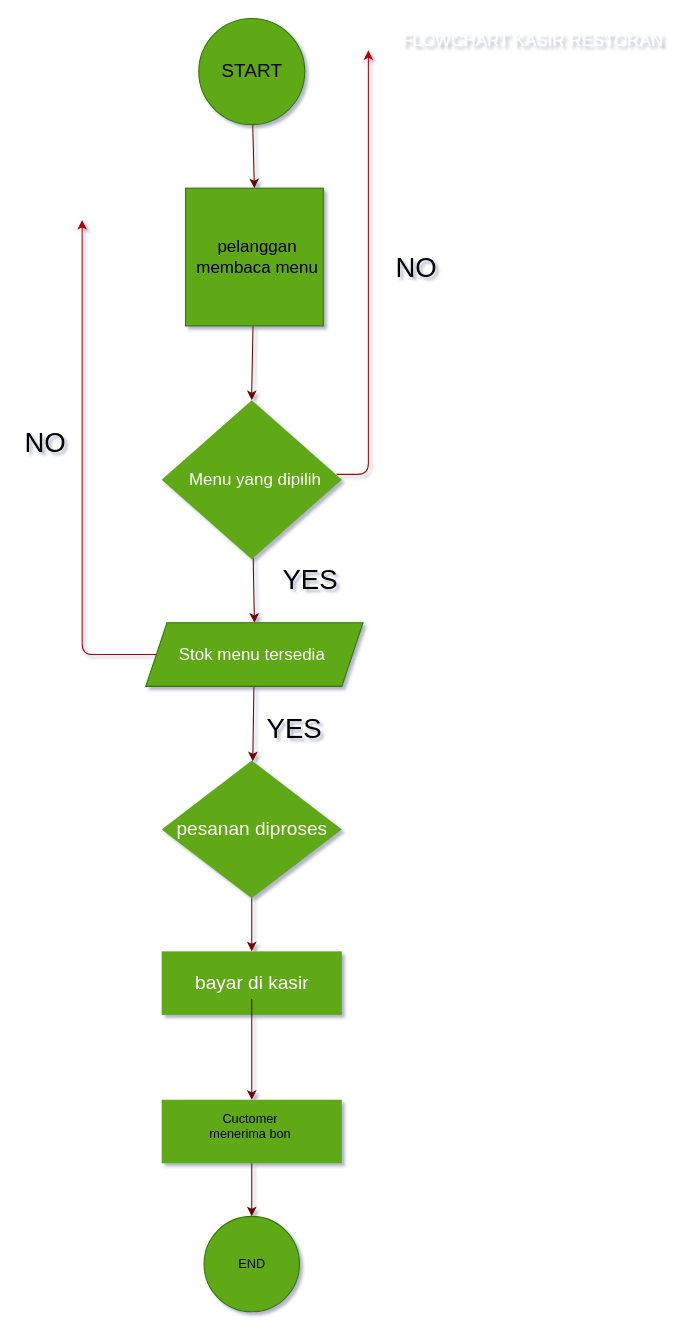
nurarifin12/nur_arifin-sistem_kasir keeps this draw.io diagram as sistem-kasir.drawio. Above is the earlier version. Source tidied: cells renumbered, new cells numbered last; positions are measured from the earlier drawing's top-left corner, leaving out a move shared by most shapes. Both pictures are drawn from the tidied source at 106%, with x=0, y=0 at pixel (18, 18).
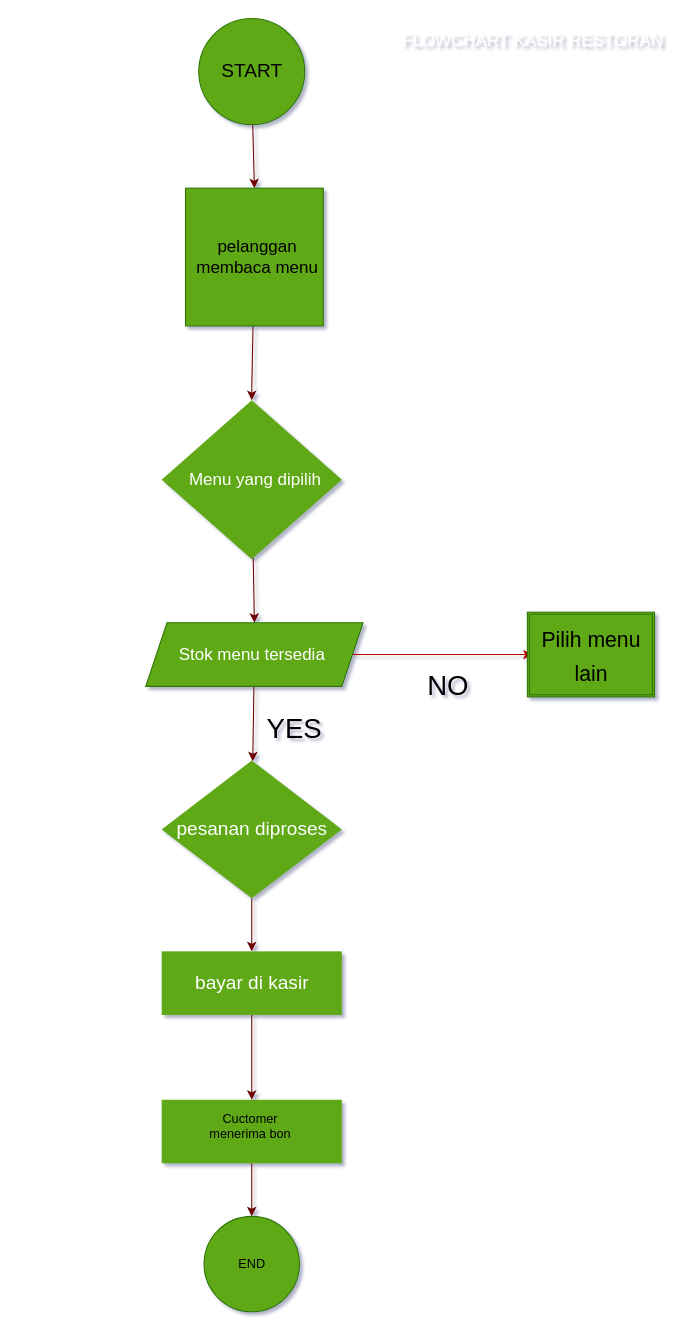
Above is the later version.

Unchanged cells that the change refers to:
```xml
<mxCell id="9" style="shape=parallelogram;perimeter=parallelogramPerimeter;whiteSpace=wrap;html=1;fixedSize=1;fillColor=#60a917;fontColor=#ffffff;strokeColor=#2D7600;" parent="1" vertex="1">
  <mxGeometry x="120" y="570" width="205" height="60" as="geometry" />
</mxCell>
<mxCell id="15" style="rounded=0;whiteSpace=wrap;html=1;fontSize=16;fontColor=#ffffff;strokeWidth=6;strokeColor=none;fillColor=#60a917;" parent="1" vertex="1">
  <mxGeometry x="135" y="880" width="170" height="60" as="geometry" />
</mxCell>
<mxCell id="16" value="&lt;font color=&quot;#ffffff&quot;&gt;Menu yang dipilih&lt;br&gt;&lt;/font&gt;" style="text;html=1;align=center;verticalAlign=middle;points=[];fillColor=none;strokeColor=none;rounded=0;fontSize=16;fontColor=#CC0000;" parent="1" vertex="1">
  <mxGeometry x="152.5" y="425" width="140" height="20" as="geometry" />
</mxCell>
<mxCell id="20" value="bayar di kasir" style="text;html=1;align=center;verticalAlign=middle;points=[];fillColor=none;strokeColor=none;rounded=0;fontSize=18;fontColor=#FFFFFF;" parent="1" vertex="1">
  <mxGeometry x="160" y="895" width="120" height="30" as="geometry" />
</mxCell>
<mxCell id="22" style="rounded=0;whiteSpace=wrap;html=1;fontSize=16;fontColor=#ffffff;strokeWidth=6;strokeColor=none;fillColor=#60a917;" parent="1" vertex="1">
  <mxGeometry x="135" y="1020" width="170" height="60" as="geometry" />
</mxCell>
```

The edit, as a diff of the source:
```diff
@@
+    <mxCell id="32" style="edgeStyle=none;html=1;fontSize=20;fillColor=#e51400;strokeColor=#B20000;" parent="1" edge="1" source="9" target="34">
+      <mxGeometry relative="1" as="geometry" />
+    </mxCell>
@@
-    <mxCell id="19" style="edgeStyle=none;html=1;entryX=0.5;entryY=0;entryDx=0;entryDy=0;fillColor=#a20025;strokeColor=#6F0000;" parent="1" edge="1" source="20" target="22">
+    <mxCell id="19" style="edgeStyle=none;html=1;entryX=0.5;entryY=0;entryDx=0;entryDy=0;fillColor=#a20025;strokeColor=#6F0000;" parent="1" edge="1" source="15" target="22">
       <mxGeometry relative="1" as="geometry" />
     </mxCell>
@@
-    <mxCell id="26" style="edgeStyle=segmentEdgeStyle;endArrow=classic;html=1;exitX=1.054;exitY=0.25;exitDx=0;exitDy=0;exitPerimeter=0;fillColor=#e51400;strokeColor=#B20000;" parent="1" edge="1" source="16">
-      <mxGeometry relative="1" as="geometry">
-        <mxPoint x="330" y="30" as="targetPoint" />
-      </mxGeometry>
-    </mxCell>
-    <mxCell id="27" value="&lt;span style=&quot;font-size: 26px&quot;&gt;NO&lt;/span&gt;" style="text;html=1;align=center;verticalAlign=middle;fillColor=none;strokeColor=none;rounded=0;" parent="1" vertex="1">
-      <mxGeometry x="350" y="225" width="50" height="20" as="geometry" />
-    </mxCell>
-    <mxCell id="28" value="YES" style="text;html=1;align=center;verticalAlign=middle;fillColor=none;strokeColor=none;rounded=0;fontSize=26;" parent="1" vertex="1">
-      <mxGeometry x="240" y="510" width="70" height="40" as="geometry" />
-    </mxCell>
-    <mxCell id="29" style="edgeStyle=segmentEdgeStyle;endArrow=classic;html=1;fontSize=26;fillColor=#e51400;strokeColor=#B20000;" parent="1" edge="1" source="9">
-      <mxGeometry relative="1" as="geometry">
-        <mxPoint x="60" y="190" as="targetPoint" />
-      </mxGeometry>
-    </mxCell>
     <mxCell id="30" value="NO" style="text;html=1;align=center;verticalAlign=middle;fillColor=none;strokeColor=none;rounded=0;fontSize=26;" parent="1" vertex="1">
-      <mxGeometry y="380" width="50" height="40" as="geometry" />
+      <mxGeometry x="380" y="610" width="50" height="40" as="geometry" />
     </mxCell>
@@
+    <mxCell id="33" style="shape=ext;double=1;rounded=0;whiteSpace=wrap;html=1;fontSize=26;fillColor=#60a917;fontColor=#ffffff;strokeColor=#2D7600;" parent="1" vertex="1">
+      <mxGeometry x="480" y="560" width="120" height="80" as="geometry" />
+    </mxCell>
+    <mxCell id="34" value="&lt;font style=&quot;font-size: 20px&quot;&gt;Pilih menu &lt;br&gt;lain&lt;/font&gt;" style="text;html=1;align=center;verticalAlign=middle;points=[];fillColor=none;strokeColor=none;rounded=0;fontSize=26;" parent="1" vertex="1">
+      <mxGeometry x="485" y="565" width="110" height="70" as="geometry" />
+    </mxCell>
```
